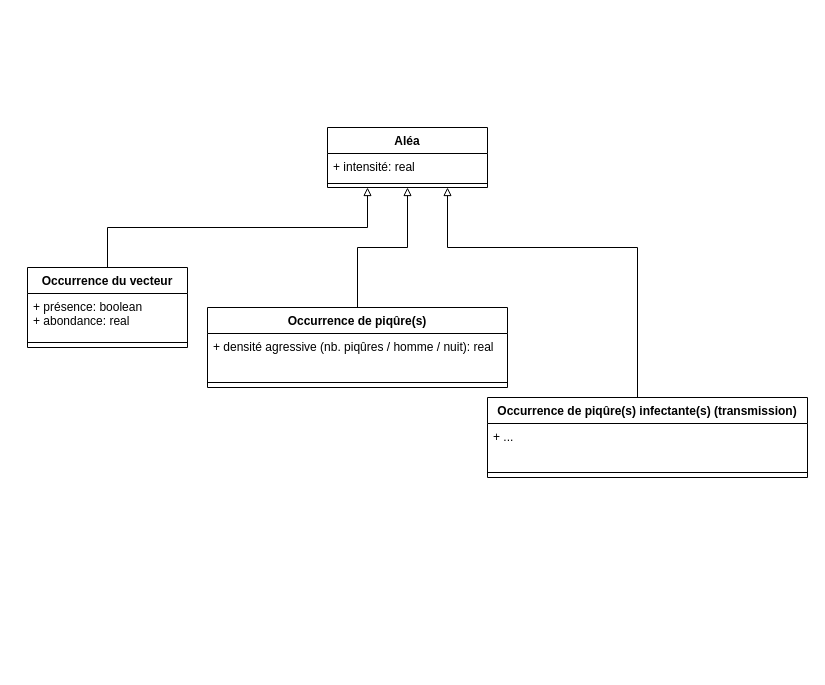
This is aleas.drawio from EmmanuelRouxIRD/PROGYSAT-VecTrans, a draw.io file, before an edit. Source tidied: cells renumbered, new cells numbered last; positions are measured from the earlier drawing's top-left corner, leaving out a move shared by most shapes. Both pictures are drawn from the tidied source at 100%, with x=0, y=0 at pixel (27, 127).
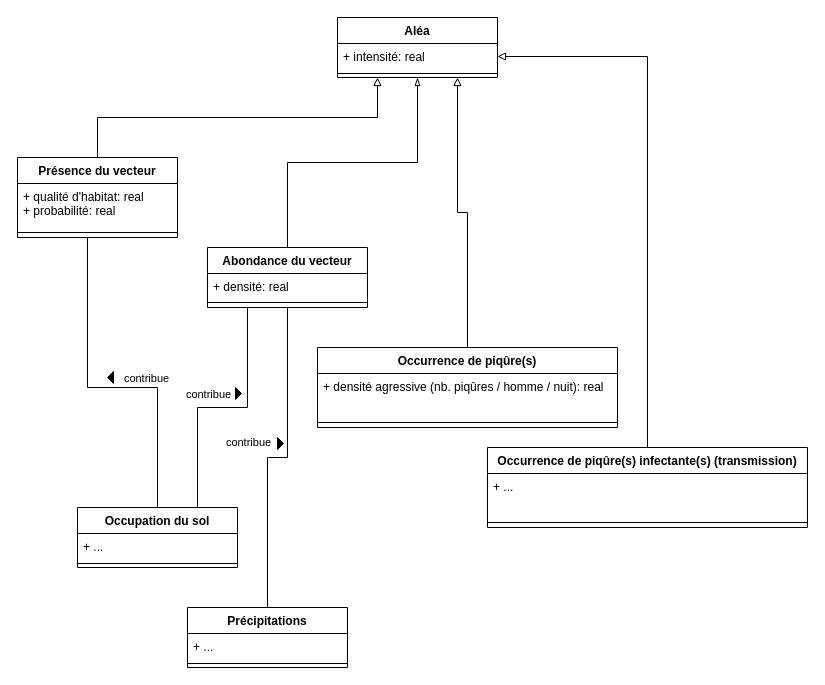
Above is the later version.

Unchanged cells that the change refers to:
```xml
<mxCell id="3" value="+ intensité: real" style="text;strokeColor=none;fillColor=none;align=left;verticalAlign=top;spacingLeft=4;spacingRight=4;overflow=hidden;points=[[0,0.5],[1,0.5]];portConstraint=eastwest;" parent="2" vertex="1">
  <mxGeometry y="26" width="160" height="26" as="geometry" />
</mxCell>
```

The edit, as a diff of the source:
```diff
@@
     <mxCell id="2" value="Aléa" style="swimlane;fontStyle=1;align=center;verticalAlign=top;horizontal=1;startSize=26;" parent="1" vertex="1">
-      <mxGeometry x="300" width="160" height="60" as="geometry" />
+      <mxGeometry x="310" y="-110" width="160" height="60" as="geometry" />
     </mxCell>
@@
-    <mxCell id="6" value="Occurrence du vecteur" style="swimlane;fontStyle=1;align=center;verticalAlign=top;horizontal=1;startSize=26;" parent="1" vertex="1">
-      <mxGeometry y="140" width="160" height="80" as="geometry" />
+    <mxCell id="6" value="Présence du vecteur" style="swimlane;fontStyle=1;align=center;verticalAlign=top;horizontal=1;startSize=26;" parent="1" vertex="1">
+      <mxGeometry x="-10" y="30" width="160" height="80" as="geometry" />
     </mxCell>
-    <mxCell id="7" value="+ présence: boolean&#10;+ abondance: real" style="text;strokeColor=none;fillColor=none;align=left;verticalAlign=top;spacingLeft=4;spacingRight=4;overflow=hidden;" parent="6" vertex="1">
+    <mxCell id="7" value="+ qualité d'habitat: real&#10;+ probabilité: real" style="text;strokeColor=none;fillColor=none;align=left;verticalAlign=top;spacingLeft=4;spacingRight=4;overflow=hidden;" parent="6" vertex="1">
       <mxGeometry y="26" width="160" height="44" as="geometry" />
     </mxCell>
@@
-    <mxCell id="9" style="edgeStyle=orthogonalEdgeStyle;rounded=0;jettySize=auto;html=1;exitX=0.5;exitY=0;exitDx=0;exitDy=0;entryX=0.5;entryY=1;entryDx=0;entryDy=0;endArrow=block;endFill=0;" parent="1" edge="1" source="10" target="2">
+    <mxCell id="9" style="edgeStyle=orthogonalEdgeStyle;rounded=0;jettySize=auto;html=1;exitX=0.5;exitY=0;exitDx=0;exitDy=0;entryX=0.75;entryY=1;entryDx=0;entryDy=0;endArrow=block;endFill=0;" parent="1" edge="1" source="10" target="2">
       <mxGeometry relative="1" as="geometry" />
     </mxCell>
     <mxCell id="10" value="Occurrence de piqûre(s)" style="swimlane;fontStyle=1;align=center;verticalAlign=top;horizontal=1;startSize=26;" parent="1" vertex="1">
-      <mxGeometry x="180" y="180" width="300" height="80" as="geometry" />
+      <mxGeometry x="290" y="220" width="300" height="80" as="geometry" />
     </mxCell>
@@
-    <mxCell id="13" style="edgeStyle=orthogonalEdgeStyle;rounded=0;jettySize=auto;html=1;exitX=0.5;exitY=0;exitDx=0;exitDy=0;entryX=0.75;entryY=1;entryDx=0;entryDy=0;endArrow=block;endFill=0;" parent="1" edge="1" source="14" target="2">
-      <mxGeometry relative="1" as="geometry">
-        <Array as="points">
-          <mxPoint x="610" y="120" />
-          <mxPoint x="420" y="120" />
-        </Array>
-      </mxGeometry>
+    <mxCell id="13" style="edgeStyle=orthogonalEdgeStyle;rounded=0;jettySize=auto;html=1;exitX=0.5;exitY=0;exitDx=0;exitDy=0;entryX=1;entryY=0.5;entryDx=0;entryDy=0;endArrow=block;endFill=0;elbow=vertical;" parent="1" edge="1" source="14" target="3">
+      <mxGeometry relative="1" as="geometry" />
     </mxCell>
     <mxCell id="14" value="Occurrence de piqûre(s) infectante(s) (transmission)" style="swimlane;fontStyle=1;align=center;verticalAlign=top;horizontal=1;startSize=26;" parent="1" vertex="1">
-      <mxGeometry x="460" y="270" width="320" height="80" as="geometry" />
+      <mxGeometry x="460" y="320" width="320" height="80" as="geometry" />
     </mxCell>
@@
+    <mxCell id="17" style="edgeStyle=orthogonalEdgeStyle;rounded=0;jettySize=auto;html=1;exitX=0.5;exitY=0;exitDx=0;exitDy=0;entryX=0.5;entryY=1;entryDx=0;entryDy=0;endArrow=none;endFill=0;" parent="1" edge="1" source="20" target="6">
+      <mxGeometry relative="1" as="geometry">
+        <Array as="points">
+          <mxPoint x="130" y="260" />
+          <mxPoint x="60" y="260" />
+        </Array>
+      </mxGeometry>
+    </mxCell>
+    <mxCell id="18" style="edgeStyle=orthogonalEdgeStyle;rounded=0;jettySize=auto;html=1;exitX=0.75;exitY=0;exitDx=0;exitDy=0;entryX=0.25;entryY=1;entryDx=0;entryDy=0;endArrow=none;endFill=0;elbow=vertical;" parent="1" edge="1" source="20" target="26">
+      <mxGeometry relative="1" as="geometry" />
+    </mxCell>
+    <mxCell id="19" value="contribue" style="edgeLabel;html=1;align=center;verticalAlign=middle;" parent="18" vertex="1">
+      <mxGeometry x="-0.24" y="2" relative="1" as="geometry">
+        <mxPoint x="12" y="-19" as="offset" />
+      </mxGeometry>
+    </mxCell>
+    <mxCell id="20" value="Occupation du sol" style="swimlane;fontStyle=1;align=center;verticalAlign=top;horizontal=1;startSize=26;" parent="1" vertex="1">
+      <mxGeometry x="50" y="380" width="160" height="60" as="geometry" />
+    </mxCell>
+    <mxCell id="21" value="+ ..." style="text;strokeColor=none;fillColor=none;align=left;verticalAlign=top;spacingLeft=4;spacingRight=4;overflow=hidden;" parent="20" vertex="1">
+      <mxGeometry y="26" width="160" height="26" as="geometry" />
+    </mxCell>
+    <mxCell id="22" style="line;strokeWidth=1;fillColor=none;align=left;verticalAlign=middle;spacingTop=-1;spacingLeft=3;spacingRight=3;labelPosition=right;" parent="20" vertex="1">
+      <mxGeometry y="52" width="160" height="8" as="geometry" />
+    </mxCell>
+    <mxCell id="23" value="contribue" style="edgeLabel;html=1;align=center;verticalAlign=middle;" parent="1" vertex="1">
+      <mxGeometry x="110" y="250" as="geometry">
+        <mxPoint x="8" as="offset" />
+      </mxGeometry>
+    </mxCell>
+    <mxCell id="24" style="triangle;fillColor=#000000;direction=west;" parent="1" vertex="1">
+      <mxGeometry x="80" y="244" width="6" height="12" as="geometry" />
+    </mxCell>
+    <mxCell id="25" style="edgeStyle=orthogonalEdgeStyle;rounded=0;jettySize=auto;html=1;exitX=0.5;exitY=0;exitDx=0;exitDy=0;entryX=0.5;entryY=1;entryDx=0;entryDy=0;endArrow=blockThin;endFill=0;elbow=vertical;" parent="1" edge="1" source="26" target="2">
+      <mxGeometry relative="1" as="geometry" />
+    </mxCell>
+    <mxCell id="26" value="Abondance du vecteur" style="swimlane;fontStyle=1;align=center;verticalAlign=top;horizontal=1;startSize=26;" parent="1" vertex="1">
+      <mxGeometry x="180" y="120" width="160" height="60" as="geometry" />
+    </mxCell>
+    <mxCell id="27" value="+ densité: real" style="text;strokeColor=none;fillColor=none;align=left;verticalAlign=top;spacingLeft=4;spacingRight=4;overflow=hidden;" parent="26" vertex="1">
+      <mxGeometry y="26" width="160" height="24" as="geometry" />
+    </mxCell>
+    <mxCell id="28" style="line;strokeWidth=1;fillColor=none;align=left;verticalAlign=middle;spacingTop=-1;spacingLeft=3;spacingRight=3;labelPosition=right;" parent="26" vertex="1">
+      <mxGeometry y="50" width="160" height="10" as="geometry" />
+    </mxCell>
+    <mxCell id="29" style="triangle;fillColor=#000000;direction=east;" parent="1" vertex="1">
+      <mxGeometry x="208" y="260" width="6" height="12" as="geometry" />
+    </mxCell>
+    <mxCell id="30" value="Précipitations" style="swimlane;fontStyle=1;align=center;verticalAlign=top;horizontal=1;startSize=26;" parent="1" vertex="1">
+      <mxGeometry x="160" y="480" width="160" height="60" as="geometry" />
+    </mxCell>
+    <mxCell id="31" value="+ ..." style="text;strokeColor=none;fillColor=none;align=left;verticalAlign=top;spacingLeft=4;spacingRight=4;overflow=hidden;" parent="30" vertex="1">
+      <mxGeometry y="26" width="160" height="26" as="geometry" />
+    </mxCell>
+    <mxCell id="32" style="line;strokeWidth=1;fillColor=none;align=left;verticalAlign=middle;spacingTop=-1;spacingLeft=3;spacingRight=3;labelPosition=right;" parent="30" vertex="1">
+      <mxGeometry y="52" width="160" height="8" as="geometry" />
+    </mxCell>
+    <mxCell id="33" style="edgeStyle=orthogonalEdgeStyle;rounded=0;jettySize=auto;html=1;exitX=0.5;exitY=0;exitDx=0;exitDy=0;entryX=0.5;entryY=1;entryDx=0;entryDy=0;endArrow=none;endFill=0;elbow=vertical;" parent="1" edge="1" source="30" target="26">
+      <mxGeometry relative="1" as="geometry" />
+    </mxCell>
+    <mxCell id="34" value="contribue" style="edgeLabel;html=1;align=center;verticalAlign=middle;" parent="33" vertex="1">
+      <mxGeometry x="-0.24" y="2" relative="1" as="geometry">
+        <mxPoint x="-18" y="-44" as="offset" />
+      </mxGeometry>
+    </mxCell>
+    <mxCell id="35" style="triangle;fillColor=#000000;direction=east;" parent="1" vertex="1">
+      <mxGeometry x="250" y="310" width="6" height="12" as="geometry" />
+    </mxCell>
```
